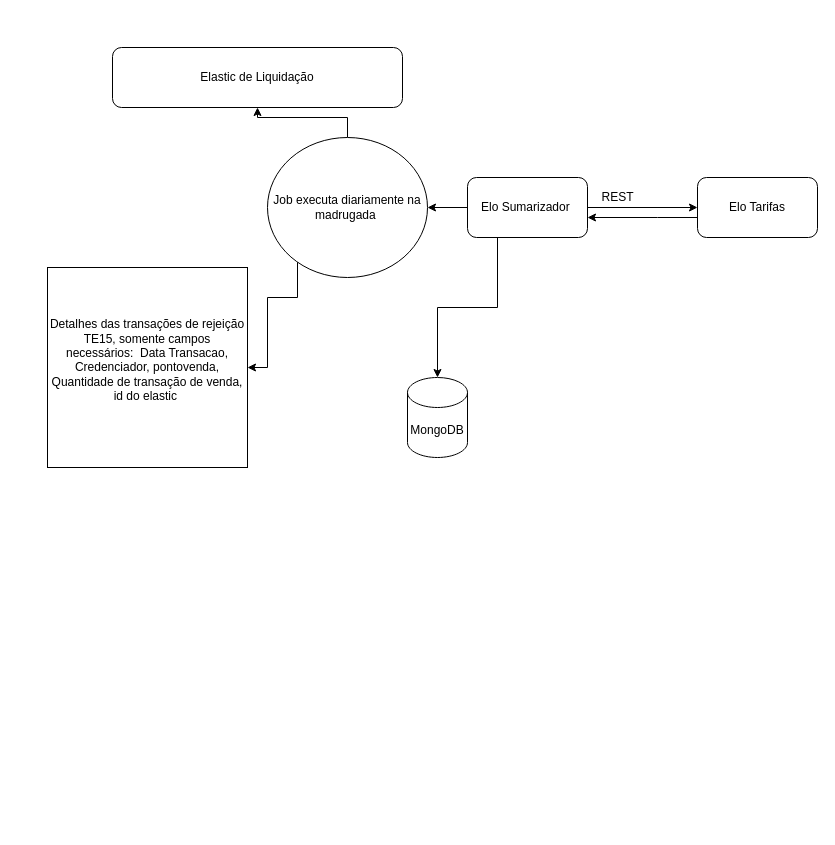
Earlier version of the draw.io diagram Untitled Diagram.drawio (BrunoCatafesta/back-endws). Source tidied: cells renumbered, new cells numbered last; positions are measured from the earlier drawing's top-left corner, leaving out a move shared by most shapes. Both pictures are drawn from the tidied source at 100%, with x=0, y=0 at pixel (47, 47).
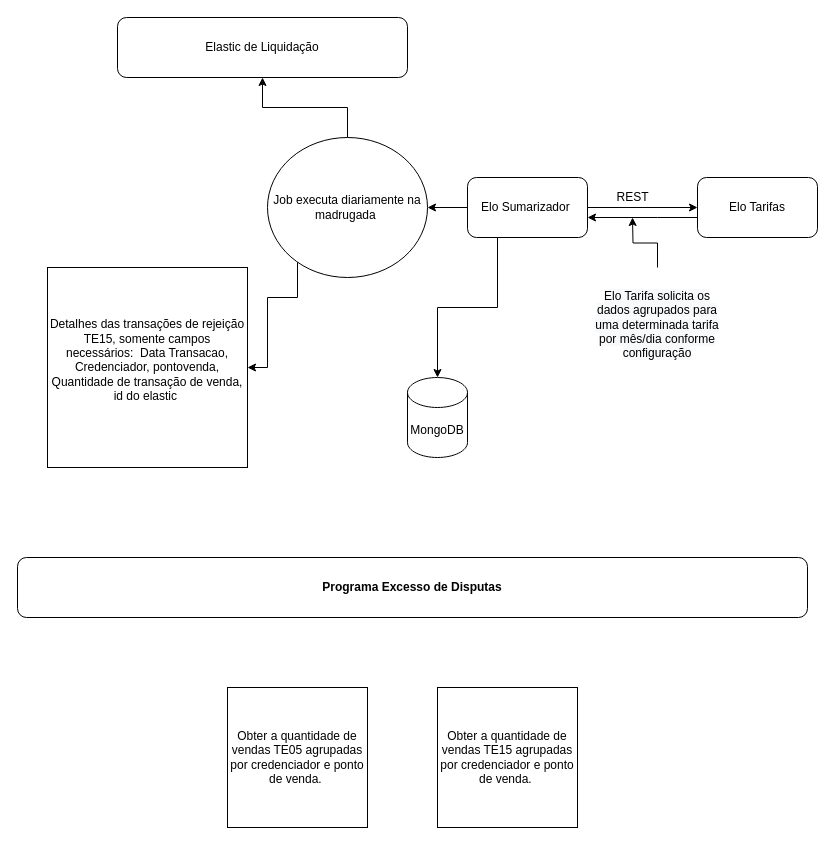
After the change.

Change to the diagram source:
```diff
@@
     <mxCell id="13" value="Elastic de Liquidação" style="rounded=1;whiteSpace=wrap;html=1;" parent="1" vertex="1">
-      <mxGeometry x="65" width="290" height="60" as="geometry" />
+      <mxGeometry x="70" y="-30" width="290" height="60" as="geometry" />
     </mxCell>
     <mxCell id="14" value="REST&lt;br&gt;" style="text;html=1;align=center;verticalAlign=middle;strokeColor=none;fillColor=none;" parent="1" vertex="1">
-      <mxGeometry x="545" y="140" width="50" height="20" as="geometry" />
+      <mxGeometry x="560" y="140" width="50" height="20" as="geometry" />
     </mxCell>
+    <mxCell id="15" style="edgeStyle=orthogonalEdgeStyle;rounded=0;jettySize=auto;html=1;" parent="1" edge="1" source="16">
+      <mxGeometry relative="1" as="geometry">
+        <mxPoint x="585" y="170" as="targetPoint" />
+      </mxGeometry>
+    </mxCell>
+    <mxCell id="16" value="&lt;br&gt;&lt;br&gt;&lt;span style=&quot;color: rgb(0 , 0 , 0) ; font-family: &amp;#34;helvetica&amp;#34; ; font-size: 12px ; font-style: normal ; font-weight: 400 ; letter-spacing: normal ; text-align: center ; text-indent: 0px ; text-transform: none ; word-spacing: 0px ; background-color: rgb(248 , 249 , 250) ; display: inline ; float: none&quot;&gt;Elo Tarifa solicita os dados agrupados para uma determinada tarifa por mês/dia conforme configuração&lt;br&gt;&lt;/span&gt;&lt;br&gt;" style="whiteSpace=wrap;html=1;strokeColor=none;fillColor=none;glass=1;sketch=0;shadow=0;" parent="1" vertex="1">
+      <mxGeometry x="540" y="220" width="140" height="100" as="geometry" />
+    </mxCell>
+    <mxCell id="17" value="&lt;b&gt;Programa Excesso de Disputas&lt;/b&gt;" style="rounded=1;whiteSpace=wrap;html=1;shadow=0;glass=1;sketch=0;fillColor=none;" parent="1" vertex="1">
+      <mxGeometry x="-30" y="510" width="790" height="60" as="geometry" />
+    </mxCell>
+    <mxCell id="18" value="Obter a quantidade de vendas TE05 agrupadas por credenciador e ponto de venda.&amp;nbsp;" style="whiteSpace=wrap;html=1;shadow=0;glass=1;sketch=0;fillColor=none;" parent="1" vertex="1">
+      <mxGeometry x="180" y="640" width="140" height="140" as="geometry" />
+    </mxCell>
+    <mxCell id="19" value="Obter a quantidade de vendas TE15 agrupadas por credenciador e ponto de venda.&amp;nbsp;" style="whiteSpace=wrap;html=1;shadow=0;glass=1;sketch=0;fillColor=none;" parent="1" vertex="1">
+      <mxGeometry x="390" y="640" width="140" height="140" as="geometry" />
+    </mxCell>
```
